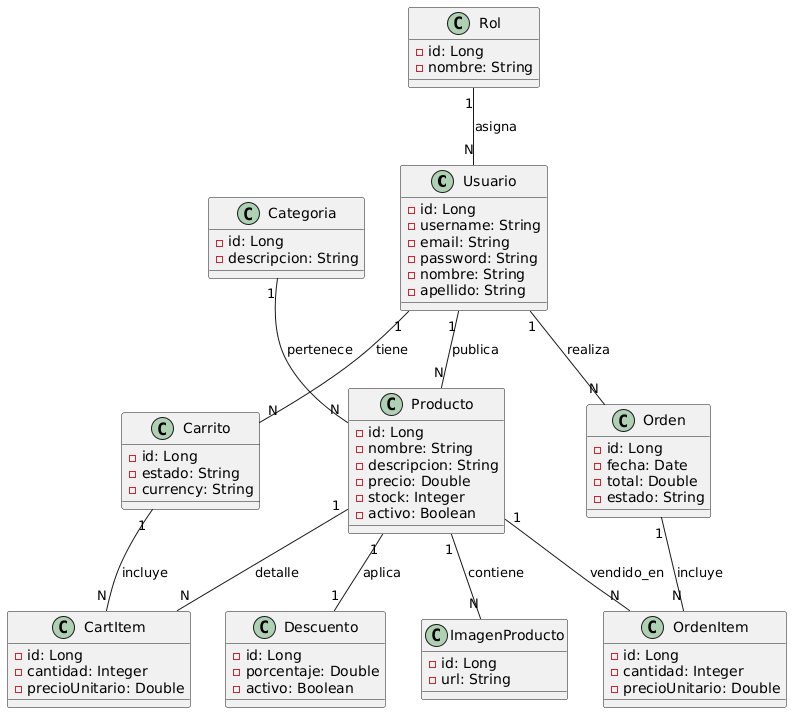
This is doc/UML.png from manulopezscala/tpo-apis-grupo4, a PlantUML export, as it was before one commit.
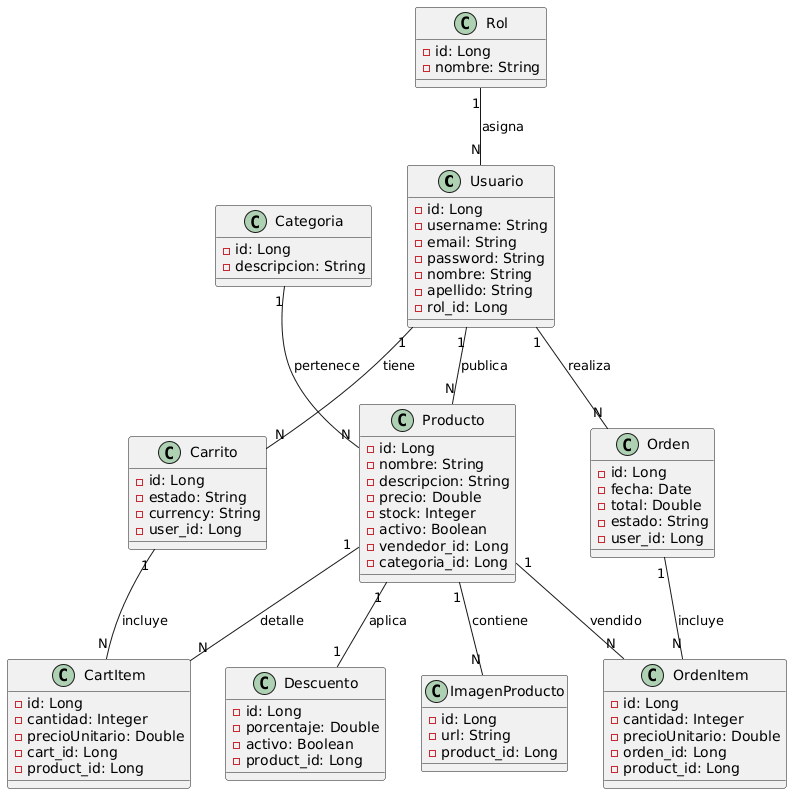
Above is the later version.

What changed in the source:
```diff
@@ -6,6 +6,7 @@
     - password: String
     - nombre: String
     - apellido: String
+    - rol_id: Long
 }
 
 class Rol {
@@ -20,6 +21,8 @@
     - precio: Double
     - stock: Integer
     - activo: Boolean
+    - vendedor_id: Long
+    - categoria_id: Long
 }
 
 class Categoria {
@@ -31,12 +34,15 @@
     - id: Long
     - estado: String
     - currency: String
+    - user_id: Long
 }
 
 class CartItem {
     - id: Long
     - cantidad: Integer
     - precioUnitario: Double
+    - cart_id: Long
+    - product_id: Long
 }
 
 class Orden {
@@ -44,23 +50,28 @@
     - fecha: Date
     - total: Double
     - estado: String
+    - user_id: Long
 }
 
 class OrdenItem {
     - id: Long
     - cantidad: Integer
     - precioUnitario: Double
+    - orden_id: Long
+    - product_id: Long
 }
 
 class Descuento {
     - id: Long
     - porcentaje: Double
     - activo: Boolean
+    - product_id: Long
 }
 
 class ImagenProducto {
     - id: Long
     - url: String
+    - product_id: Long
 }
 
 Rol "1" -- "N" Usuario : asigna
@@ -75,7 +86,7 @@
 Producto "1" -- "N" CartItem : detalle
 
 Orden "1" -- "N" OrdenItem : incluye
-Producto "1" -- "N" OrdenItem : vendido_en
+Producto "1" -- "N" OrdenItem : vendido
 
 Producto "1" -- "1" Descuento : aplica
 Producto "1" -- "N" ImagenProducto : contiene
```
